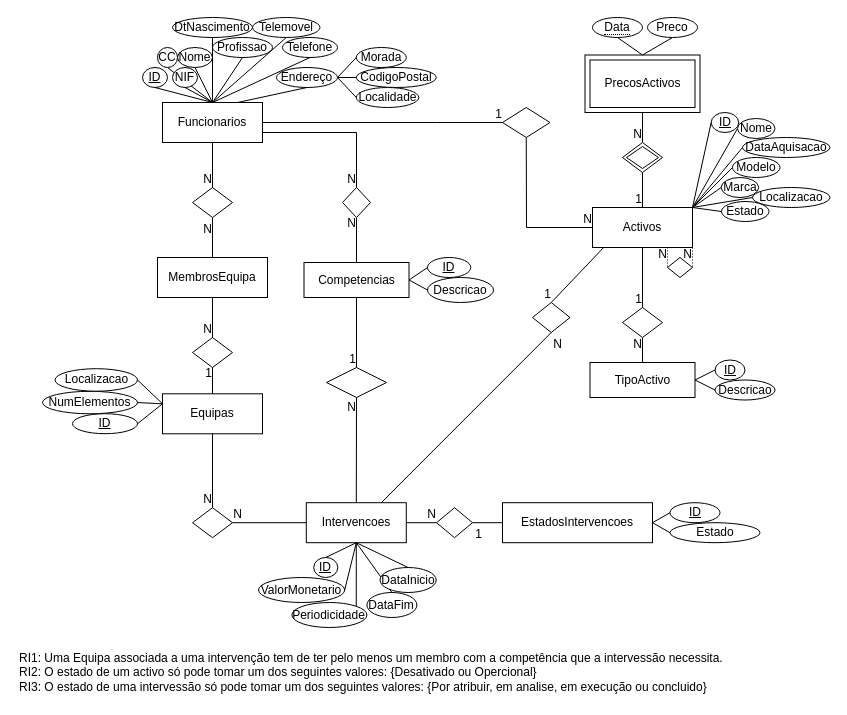
Above: Diagrama.drawio in JLuzioS/SI2A (draw.io), before the change. Source tidied: cells renumbered, new cells numbered last; positions are measured from the earlier drawing's top-left corner, leaving out a move shared by most shapes. Both pictures are drawn from the tidied source at 100%, with x=0, y=0 at pixel (17, 17).
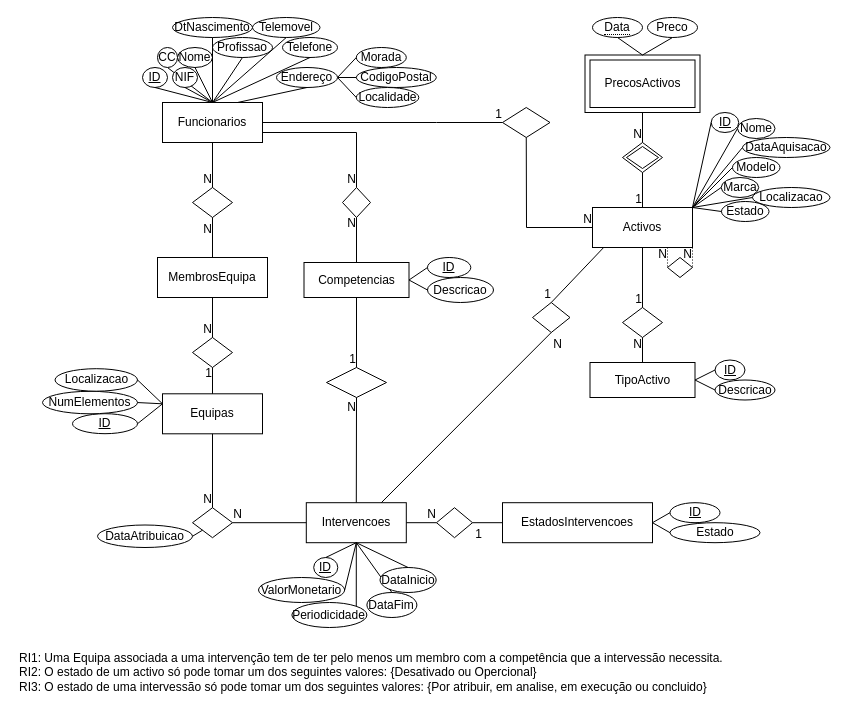
After the change.

Commit message:
feat: add dataAtribuicao to Equipa Intervencao relation

Unchanged cells that the change refers to:
```xml
<mxCell id="38" style="shape=rhombus;perimeter=rhombusPerimeter;whiteSpace=wrap;html=1;align=center;" parent="1" vertex="1">
  <mxGeometry x="175" y="490.2" width="40" height="30" as="geometry" />
</mxCell>
```

The edit, as a diff of the source:
```diff
@@
+    <mxCell id="138" value="DataAtribuicao" style="ellipse;whiteSpace=wrap;html=1;align=center;" parent="1" vertex="1">
+      <mxGeometry x="80" y="507.5" width="95" height="22.5" as="geometry" />
+    </mxCell>
+    <mxCell id="139" style="endArrow=none;html=1;rounded=0;exitX=0;exitY=1;exitDx=0;exitDy=0;entryX=1;entryY=0.5;entryDx=0;entryDy=0;" parent="1" edge="1" source="38" target="138">
+      <mxGeometry relative="1" as="geometry" />
+    </mxCell>
```
